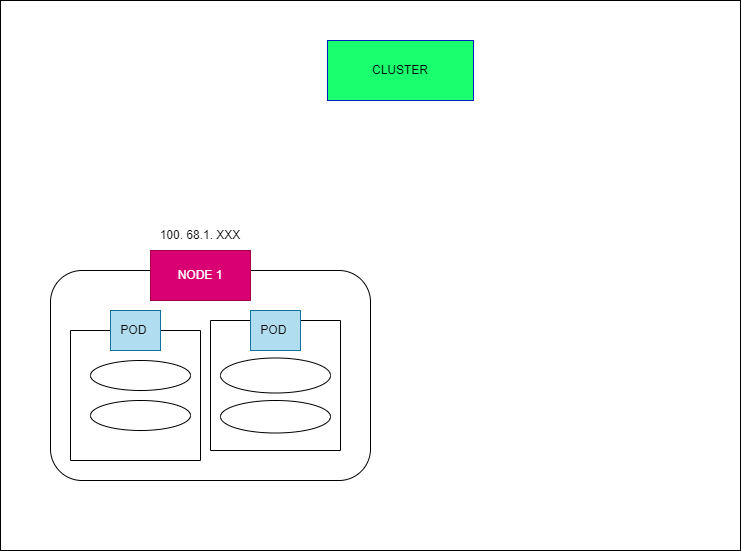
Above: Page_images/P2p _different_node.png in dikshita-git/RP_Study-on-Ingress-and-its-security-IPv4-IPv6- (draw.io), before the change. Source tidied: cells renumbered, new cells last; positions are measured from the earlier drawing's top-left corner, leaving out a move shared by most shapes.
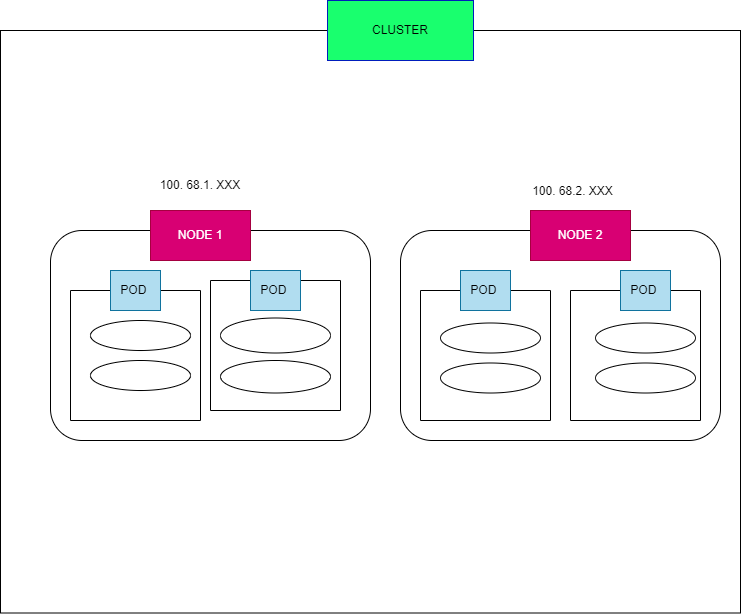
The same file after the commit.

Diff of the diagram source:
```diff
@@ -3,7 +3,7 @@
     <mxCell id="0" />
     <mxCell id="1" parent="0" />
     <mxCell id="2" style="rounded=0;whiteSpace=wrap;html=1;" parent="1" vertex="1">
-      <mxGeometry width="740" height="550" as="geometry" />
+      <mxGeometry y="70" width="740" height="582.5" as="geometry" />
     </mxCell>
     <mxCell id="3" value="&lt;font color=&quot;#000000&quot;&gt;CLUSTER&lt;/font&gt;" style="text;html=1;strokeColor=#001DBC;fillColor=#19FF6E;align=center;verticalAlign=middle;whiteSpace=wrap;rounded=0;fontColor=#ffffff;" parent="1" vertex="1">
       <mxGeometry x="327" y="40" width="146" height="60" as="geometry" />
@@ -39,7 +39,40 @@
       <mxGeometry x="220" y="400" width="110" height="32.5" as="geometry" />
     </mxCell>
     <mxCell id="14" value="100. 68.1. XXX" style="text;html=1;strokeColor=none;fillColor=none;align=center;verticalAlign=middle;whiteSpace=wrap;rounded=0;fontColor=#000000;" parent="1" vertex="1">
-      <mxGeometry x="105" y="220" width="190" height="30" as="geometry" />
+      <mxGeometry x="105" y="210" width="190" height="30" as="geometry" />
     </mxCell>
+    <mxCell id="15" style="rounded=1;whiteSpace=wrap;html=1;" parent="1" vertex="1">
+      <mxGeometry x="400" y="270" width="320" height="210" as="geometry" />
+    </mxCell>
+    <mxCell id="16" value="NODE 2" style="text;html=1;strokeColor=#A50040;fillColor=#d80073;align=center;verticalAlign=middle;whiteSpace=wrap;rounded=0;fontColor=#ffffff;" parent="1" vertex="1">
+      <mxGeometry x="530" y="250" width="100" height="50" as="geometry" />
+    </mxCell>
+    <mxCell id="17" style="rounded=0;whiteSpace=wrap;html=1;direction=west;" parent="1" vertex="1">
+      <mxGeometry x="420" y="330" width="130" height="130" as="geometry" />
+    </mxCell>
+    <mxCell id="18" style="rounded=0;whiteSpace=wrap;html=1;direction=west;" parent="1" vertex="1">
+      <mxGeometry x="570" y="330" width="130" height="130" as="geometry" />
+    </mxCell>
+    <mxCell id="19" value="POD&amp;nbsp;" style="rounded=1;whiteSpace=wrap;html=1;fillColor=#b1ddf0;arcSize=0;strokeColor=#10739e;" parent="1" vertex="1">
+      <mxGeometry x="460" y="310" width="50" height="40" as="geometry" />
+    </mxCell>
+    <mxCell id="20" value="POD&amp;nbsp;" style="rounded=1;whiteSpace=wrap;html=1;fillColor=#b1ddf0;arcSize=0;strokeColor=#10739e;" parent="1" vertex="1">
+      <mxGeometry x="620" y="310" width="50" height="40" as="geometry" />
+    </mxCell>
+    <mxCell id="21" style="ellipse;whiteSpace=wrap;html=1;" parent="1" vertex="1">
+      <mxGeometry x="440" y="362.5" width="100" height="30" as="geometry" />
+    </mxCell>
+    <mxCell id="22" style="ellipse;whiteSpace=wrap;html=1;" parent="1" vertex="1">
+      <mxGeometry x="440" y="402.5" width="100" height="30" as="geometry" />
+    </mxCell>
+    <mxCell id="23" style="ellipse;whiteSpace=wrap;html=1;" parent="1" vertex="1">
+      <mxGeometry x="595" y="362.5" width="100" height="30" as="geometry" />
+    </mxCell>
+    <mxCell id="24" style="ellipse;whiteSpace=wrap;html=1;" parent="1" vertex="1">
+      <mxGeometry x="595" y="402.5" width="100" height="30" as="geometry" />
+    </mxCell>
+    <mxCell id="25" value="100. 68.2. XXX" style="text;html=1;strokeColor=none;fillColor=none;align=center;verticalAlign=middle;whiteSpace=wrap;rounded=0;fontColor=#000000;" parent="1" vertex="1">
+      <mxGeometry x="480" y="230" width="185" as="geometry" />
+    </mxCell>
   </root>
 </mxGraphModel>
```
